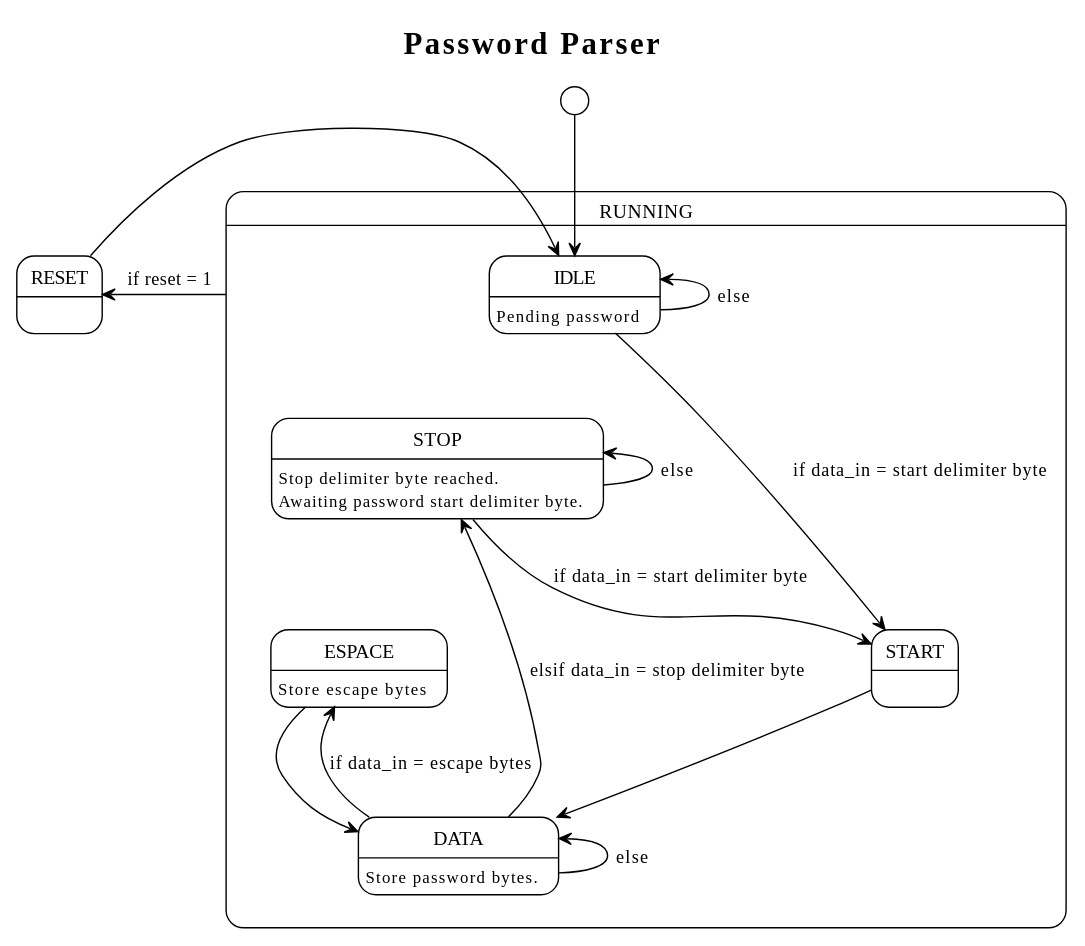
Niclasapdk/ESD3_project keeps this PlantUML diagram as figures/prototype/state_diagrams/password_parser/password_parser_state_diagram.svg. Above is the earlier version.
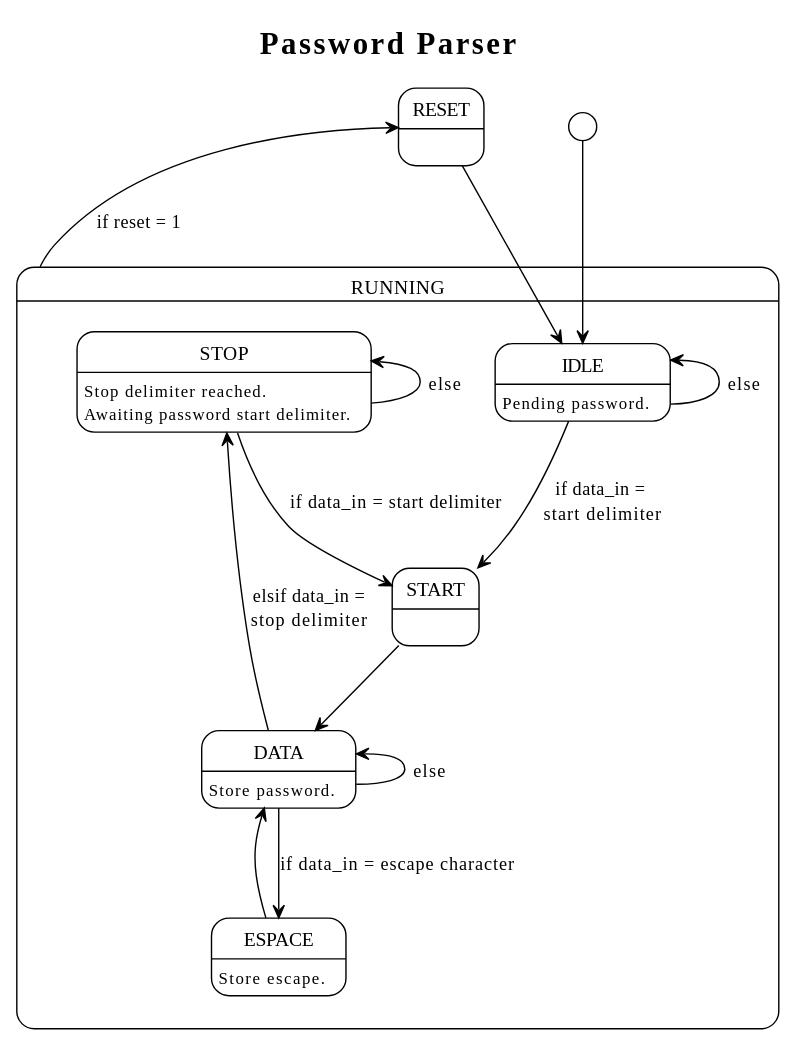
After the commit.

Commit message:
export figs

What changed in the source:
```diff
@@ -6,24 +6,24 @@
 title Password Parser
 
 state RUNNING {
-IDLE:Pending password
-STOP:Stop delimiter byte reached.\nAwaiting password start delimiter byte.
+IDLE:Pending password.
+STOP:Stop delimiter reached.\nAwaiting password start delimiter.
 START:
-ESPACE:Store escape bytes
-DATA:Store password bytes.
+ESPACE:Store escape.
+DATA:Store password.
   IDLE <- IDLE: else
-  IDLE ---> START:if data_in = start delimiter byte
-  STOP --> START: if data_in = start delimiter byte
+  IDLE --> START: if data_in = \nstart delimiter
+  STOP --> START: if data_in = start delimiter
   STOP <- STOP: else
   START --> DATA
-  ESPACE -> DATA
-  DATA -u-> ESPACE: if data_in = escape bytes
-  DATA -u-> STOP: elsif data_in = stop delimiter byte
-  DATA <-u- DATA: else
+  ESPACE -l-> DATA
+  DATA --> ESPACE: if data_in = escape character
+  DATA -u-> STOP: elsif data_in =\nstop delimiter
+  DATA <-- DATA: else
 }
 [*] --> IDLE
 
 RESET:
-RUNNING -l-> RESET: if reset = 1
+RUNNING -u-> RESET: if reset = 1
 RESET -l-> IDLE
 @enduml
```
